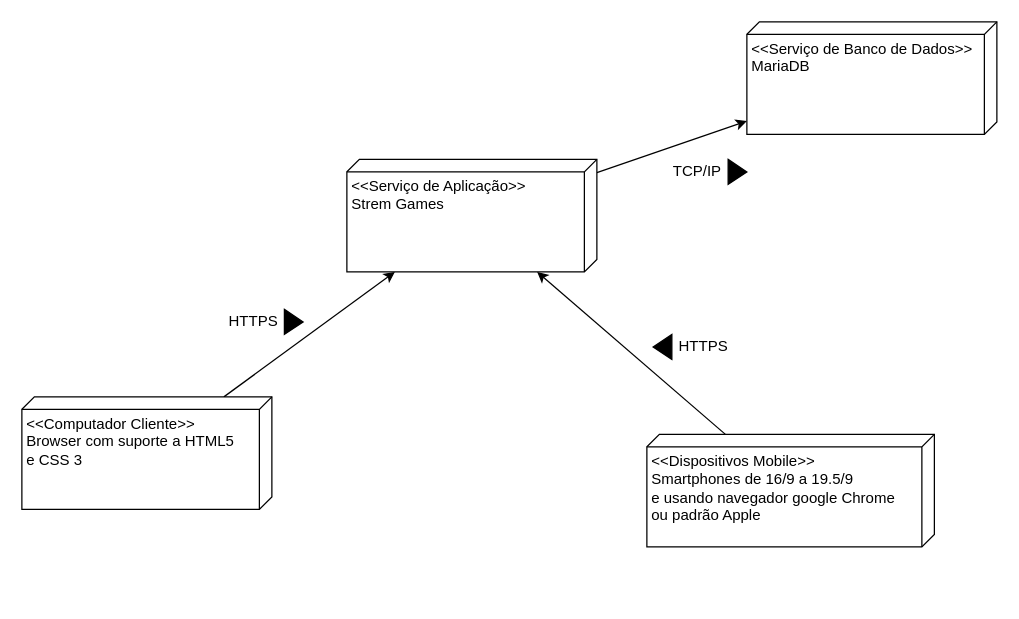
joaopaulo7/GCC188-Projeto-Final keeps this draw.io diagram as docs/Diagramas/Diagrama de Implantação/Diagrama_Implantação.drawio. Above is the earlier version. Source tidied: cells renumbered, new cells numbered last; positions are measured from the earlier drawing's top-left corner, leaving out a move shared by most shapes. Both pictures are drawn from the tidied source at 125%, with x=0, y=0 at pixel (21, 21).
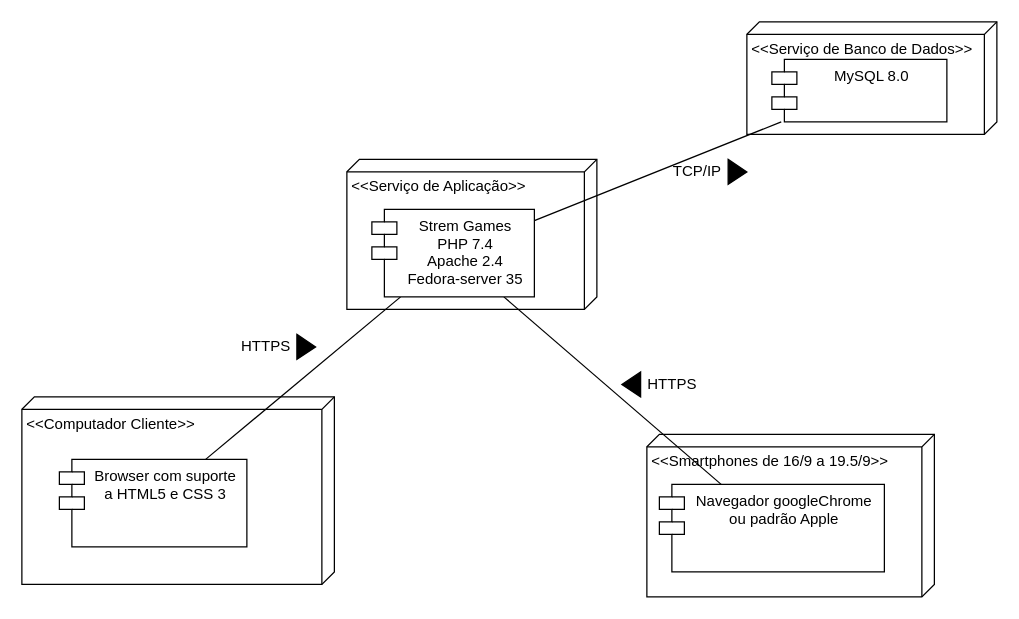
Above is the later version.

Diff of the diagram source:
```diff
@@
-    <mxCell id="2" style="edgeStyle=none;rounded=0;jettySize=auto;html=1;" parent="1" edge="1" source="3" target="4">
-      <mxGeometry relative="1" as="geometry" />
-    </mxCell>
-    <mxCell id="3" value="&amp;lt;&amp;lt;Serviço de Aplicação&amp;gt;&amp;gt;&lt;br&gt;Strem Games" style="verticalAlign=top;align=left;spacingTop=8;spacingLeft=2;spacingRight=12;shape=cube;size=10;direction=south;fontStyle=0;html=1;" parent="1" vertex="1">
-      <mxGeometry x="260" y="110" width="200" height="90" as="geometry" />
+    <mxCell id="3" value="&amp;lt;&amp;lt;Serviço de Aplicação&amp;gt;&amp;gt;&lt;br&gt;" style="verticalAlign=top;align=left;spacingTop=8;spacingLeft=2;spacingRight=12;shape=cube;size=10;direction=south;fontStyle=0;html=1;" parent="1" vertex="1">
+      <mxGeometry x="260" y="110" width="200" height="120" as="geometry" />
     </mxCell>
-    <mxCell id="4" value="&amp;lt;&amp;lt;Serviço de Banco de Dados&amp;gt;&amp;gt;&lt;br&gt;MariaDB" style="verticalAlign=top;align=left;spacingTop=8;spacingLeft=2;spacingRight=12;shape=cube;size=10;direction=south;fontStyle=0;html=1;" parent="1" vertex="1">
+    <mxCell id="4" value="&amp;lt;&amp;lt;Serviço de Banco de Dados&amp;gt;&amp;gt;&lt;br&gt;" style="verticalAlign=top;align=left;spacingTop=8;spacingLeft=2;spacingRight=12;shape=cube;size=10;direction=south;fontStyle=0;html=1;" parent="1" vertex="1">
       <mxGeometry x="580" width="200" height="90" as="geometry" />
     </mxCell>
-    <mxCell id="5" style="rounded=0;jettySize=auto;html=1;" parent="1" edge="1" source="6" target="3">
-      <mxGeometry relative="1" as="geometry" />
-    </mxCell>
-    <mxCell id="6" value="&amp;lt;&amp;lt;Dispositivos Mobile&amp;gt;&amp;gt;&lt;br&gt;Smartphones de 16/9 a 19.5/9&lt;br&gt;e usando navegador google Chrome&lt;br&gt;ou padrão Apple" style="verticalAlign=top;align=left;spacingTop=8;spacingLeft=2;spacingRight=12;shape=cube;size=10;direction=south;fontStyle=0;html=1;" parent="1" vertex="1">
-      <mxGeometry x="500" y="330" width="230" height="90" as="geometry" />
+    <mxCell id="6" value="&amp;lt;&amp;lt;Smartphones de 16/9 a 19.5/9&amp;gt;&amp;gt;&amp;nbsp;" style="verticalAlign=top;align=left;spacingTop=8;spacingLeft=2;spacingRight=12;shape=cube;size=10;direction=south;fontStyle=0;html=1;" parent="1" vertex="1">
+      <mxGeometry x="500" y="330" width="230" height="130" as="geometry" />
     </mxCell>
-    <mxCell id="7" style="edgeStyle=none;rounded=0;jettySize=auto;html=1;" parent="1" edge="1" source="8" target="3">
-      <mxGeometry relative="1" as="geometry" />
-    </mxCell>
-    <mxCell id="8" value="&amp;lt;&amp;lt;Computador Cliente&amp;gt;&amp;gt;&lt;br&gt;Browser com suporte a HTML5&lt;br&gt;e CSS 3" style="verticalAlign=top;align=left;spacingTop=8;spacingLeft=2;spacingRight=12;shape=cube;size=10;direction=south;fontStyle=0;html=1;" parent="1" vertex="1">
-      <mxGeometry y="300" width="200" height="90" as="geometry" />
+    <mxCell id="8" value="&amp;lt;&amp;lt;Computador Cliente&amp;gt;&amp;gt;&lt;br&gt;" style="verticalAlign=top;align=left;spacingTop=8;spacingLeft=2;spacingRight=12;shape=cube;size=10;direction=south;fontStyle=0;html=1;" parent="1" vertex="1">
+      <mxGeometry y="300" width="250" height="150" as="geometry" />
     </mxCell>
     <mxCell id="9" style="group;" parent="1" vertex="1">
-      <mxGeometry x="505" y="250" width="65" height="20" as="geometry" />
+      <mxGeometry x="480" y="280" width="65" height="20" as="geometry" />
     </mxCell>
@@
     <mxCell id="12" style="group;" parent="1" vertex="1">
-      <mxGeometry x="160" y="230" width="75" height="20" as="geometry" />
+      <mxGeometry x="170" y="250" width="75" height="20" as="geometry" />
     </mxCell>
@@
+    <mxCell id="18" value="Browser com suporte&#10;a HTML5 e CSS 3" style="shape=module;align=left;spacingLeft=20;align=center;verticalAlign=top;" parent="1" vertex="1">
+      <mxGeometry x="30" y="350" width="150" height="70" as="geometry" />
+    </mxCell>
+    <mxCell id="7" style="edgeStyle=none;rounded=0;jettySize=auto;html=1;endArrow=none;endFill=0;" parent="1" edge="1" source="18" target="21">
+      <mxGeometry relative="1" as="geometry" />
+    </mxCell>
+    <mxCell id="19" value="Navegador googleChrome&#10;ou padrão Apple" style="shape=module;align=left;spacingLeft=20;align=center;verticalAlign=top;" parent="1" vertex="1">
+      <mxGeometry x="510" y="370" width="180" height="70" as="geometry" />
+    </mxCell>
+    <mxCell id="5" style="rounded=0;jettySize=auto;html=1;endArrow=none;endFill=0;" parent="1" edge="1" source="19" target="21">
+      <mxGeometry relative="1" as="geometry" />
+    </mxCell>
+    <mxCell id="20" value="MySQL 8.0" style="shape=module;align=left;spacingLeft=20;align=center;verticalAlign=top;" parent="1" vertex="1">
+      <mxGeometry x="600" y="30" width="140" height="50" as="geometry" />
+    </mxCell>
+    <mxCell id="2" style="edgeStyle=none;rounded=0;jettySize=auto;html=1;endArrow=none;endFill=0;" parent="1" edge="1" source="21" target="20">
+      <mxGeometry relative="1" as="geometry" />
+    </mxCell>
+    <mxCell id="21" value="Strem Games&#10;PHP 7.4&#10;Apache 2.4&#10;Fedora-server 35" style="shape=module;align=left;spacingLeft=20;align=center;verticalAlign=top;" parent="1" vertex="1">
+      <mxGeometry x="280" y="150" width="130" height="70" as="geometry" />
+    </mxCell>
```
